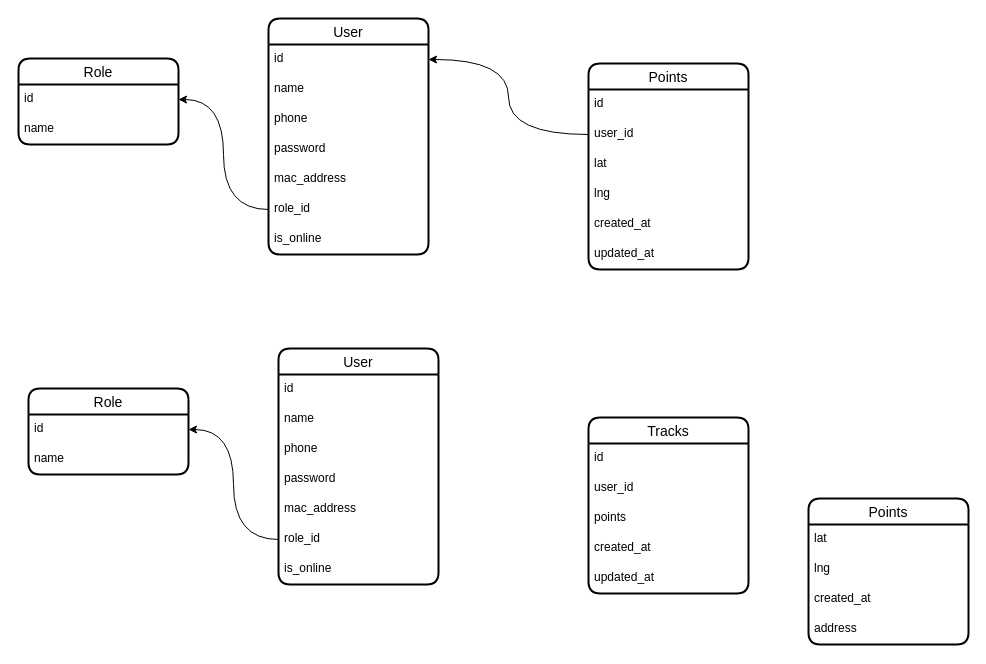
Earlier version of the draw.io diagram karsoft-location.drawio (iztileuoff/databases). Source tidied: cells renumbered, new cells numbered last; positions are measured from the earlier drawing's top-left corner, leaving out a move shared by most shapes. Both pictures are drawn from the tidied source at 100%, with x=0, y=0 at pixel (18, 18).
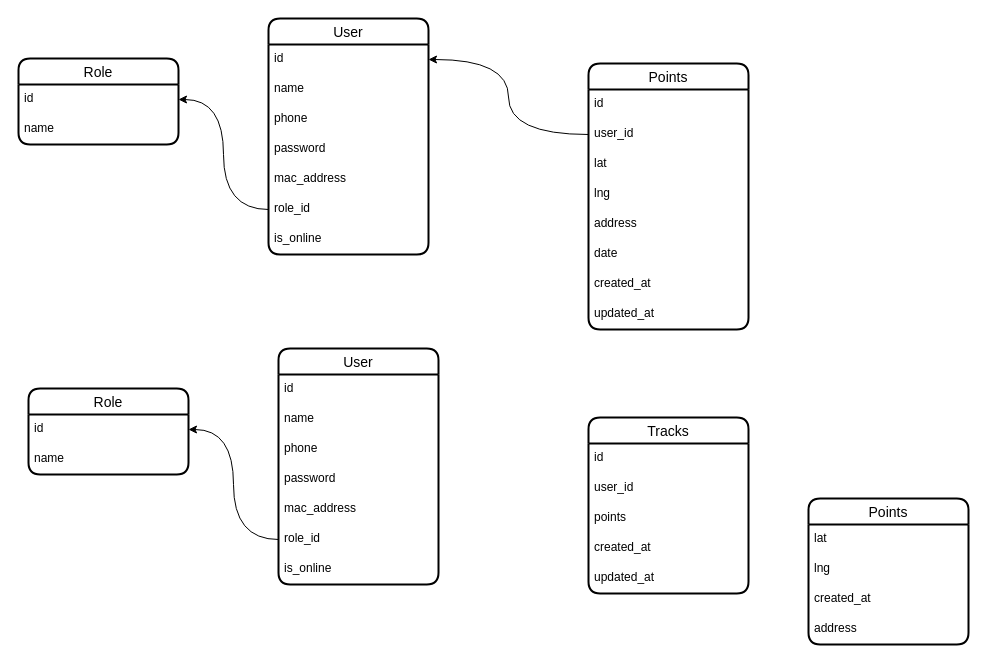
The same diagram, later.

Diff of the diagram source:
```diff
@@
     <mxCell id="14" value="Points" style="swimlane;fontStyle=0;horizontal=1;startSize=26;align=center;fontSize=14;strokeWidth=2;rounded=1;shadow=0;glass=0;swimlaneLine=1;" parent="1" vertex="1">
-      <mxGeometry x="570" y="45" width="160" height="206" as="geometry" />
+      <mxGeometry x="570" y="45" width="160" height="266" as="geometry" />
     </mxCell>
@@
+    <mxCell id="45" value="address" style="text;strokeColor=none;fillColor=none;spacingLeft=4;spacingRight=4;overflow=hidden;fontSize=12;whiteSpace=wrap;html=1;" parent="14" vertex="1">
+      <mxGeometry y="146" width="160" height="30" as="geometry" />
+    </mxCell>
+    <mxCell id="46" value="date" style="text;strokeColor=none;fillColor=none;spacingLeft=4;spacingRight=4;overflow=hidden;fontSize=12;whiteSpace=wrap;html=1;" parent="14" vertex="1">
+      <mxGeometry y="176" width="160" height="30" as="geometry" />
+    </mxCell>
     <mxCell id="19" value="created_at" style="text;strokeColor=none;fillColor=none;spacingLeft=4;spacingRight=4;overflow=hidden;fontSize=12;whiteSpace=wrap;html=1;" parent="14" vertex="1">
-      <mxGeometry y="146" width="160" height="30" as="geometry" />
+      <mxGeometry y="206" width="160" height="30" as="geometry" />
     </mxCell>
     <mxCell id="20" value="updated_at" style="text;strokeColor=none;fillColor=none;spacingLeft=4;spacingRight=4;overflow=hidden;fontSize=12;whiteSpace=wrap;html=1;" parent="14" vertex="1">
-      <mxGeometry y="176" width="160" height="30" as="geometry" />
+      <mxGeometry y="236" width="160" height="30" as="geometry" />
     </mxCell>
```
